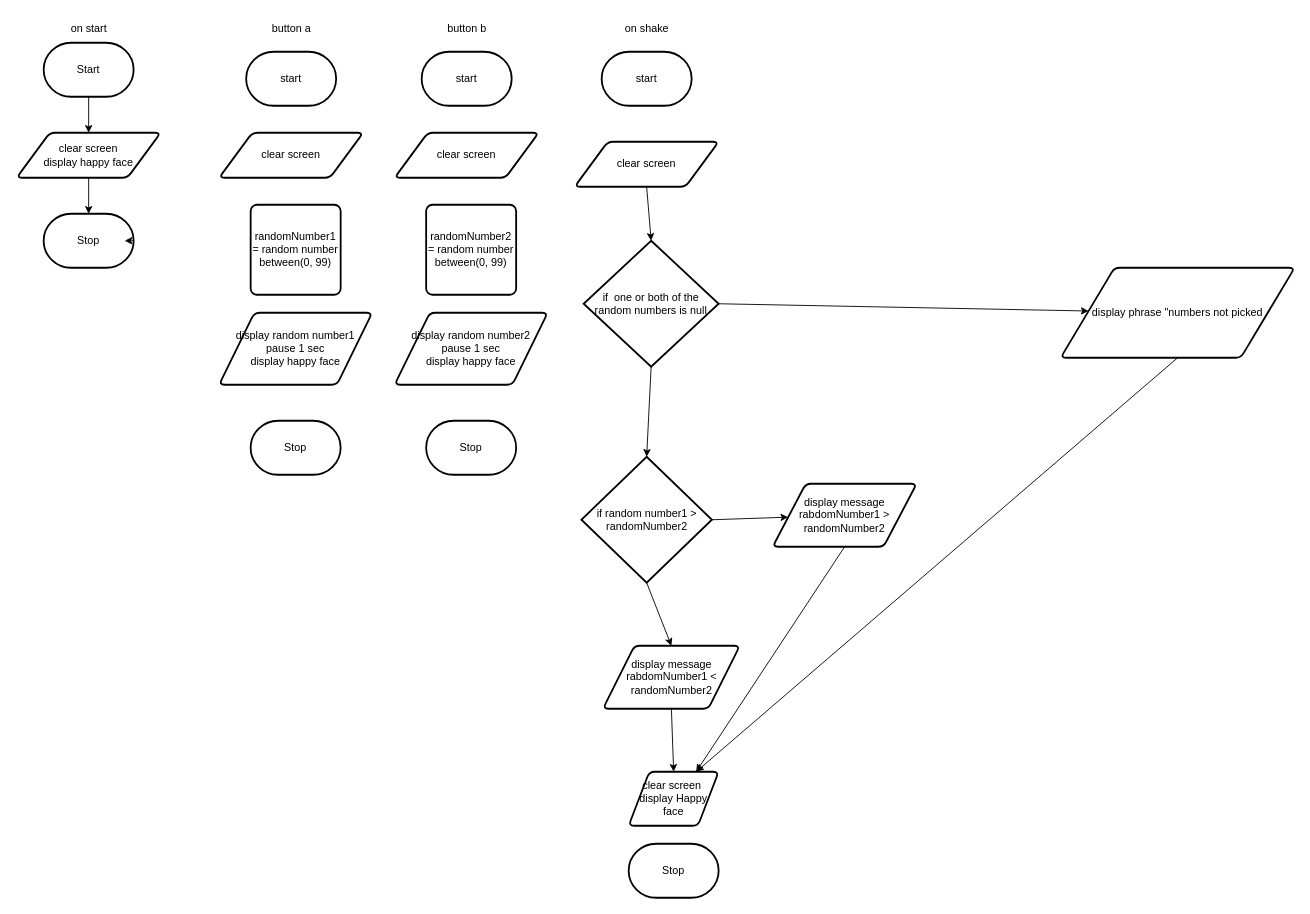
Above: design/flowchart.drawio in MTHS-TEJ2O-1-2023/TEJ2O-Unit-2-11-michael-bruneau (draw.io), before the change. Source tidied: cells renumbered, new cells numbered last; positions are measured from the earlier drawing's top-left corner, leaving out a move shared by most shapes. Both pictures are drawn from the tidied source at 90%, with x=0, y=0 at pixel (16, 15).
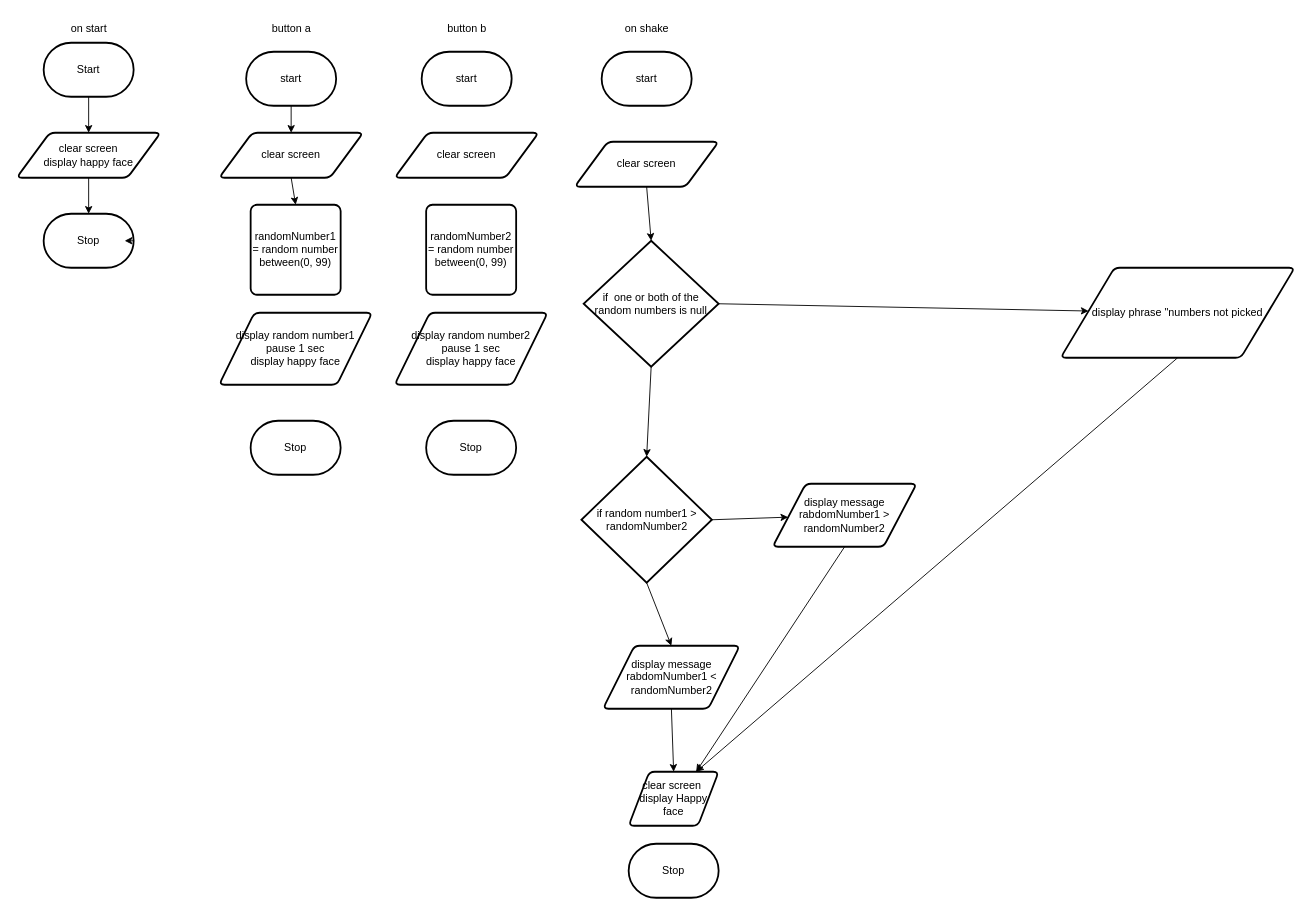
After the change.

Unchanged cells that the change refers to:
```xml
<mxCell id="8" value="start" style="strokeWidth=2;html=1;shape=mxgraph.flowchart.terminator;whiteSpace=wrap;" parent="1" vertex="1">
  <mxGeometry x="255" y="40" width="100" height="60" as="geometry" />
</mxCell>
<mxCell id="11" value="clear screen&lt;br&gt;" style="shape=parallelogram;html=1;strokeWidth=2;perimeter=parallelogramPerimeter;whiteSpace=wrap;rounded=1;arcSize=12;size=0.23;" parent="1" vertex="1">
  <mxGeometry x="225" y="130" width="160" height="50" as="geometry" />
</mxCell>
<mxCell id="13" value="randomNumber1 = random number between(0, 99)" style="rounded=1;whiteSpace=wrap;html=1;absoluteArcSize=1;arcSize=14;strokeWidth=2;" parent="1" vertex="1">
  <mxGeometry x="260" y="210" width="100" height="100" as="geometry" />
</mxCell>
```

The edit, as a diff of the source:
```diff
@@
+    <mxCell id="39" style="edgeStyle=none;html=1;exitX=0.5;exitY=1;exitDx=0;exitDy=0;exitPerimeter=0;" parent="1" edge="1" source="8" target="11">
+      <mxGeometry relative="1" as="geometry" />
+    </mxCell>
@@
+    <mxCell id="40" style="edgeStyle=none;html=1;exitX=0.5;exitY=1;exitDx=0;exitDy=0;entryX=0.5;entryY=0;entryDx=0;entryDy=0;" parent="1" edge="1" source="11" target="13">
+      <mxGeometry relative="1" as="geometry" />
+    </mxCell>
```
